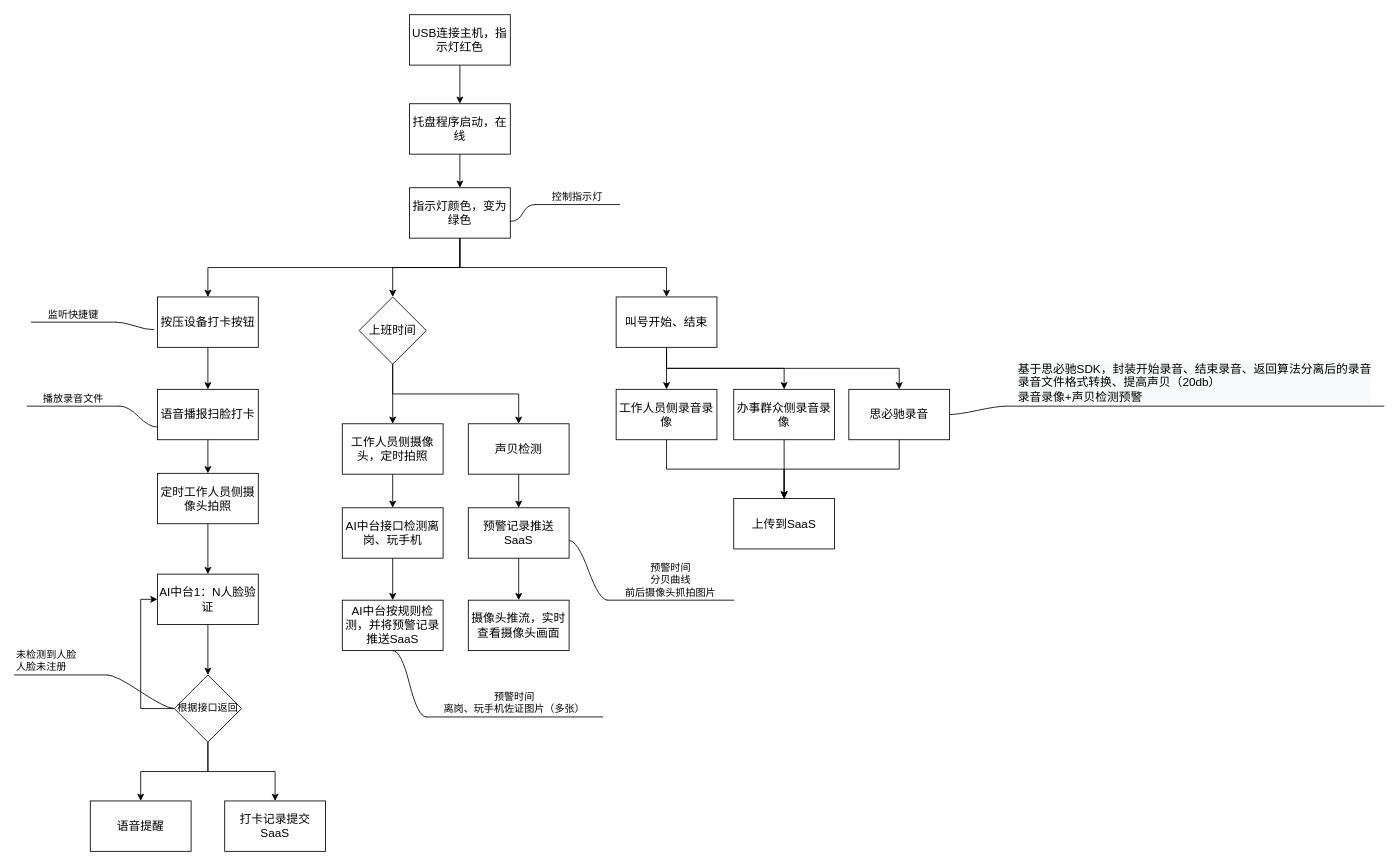
The draw.io diagram saas.drawio in J-Zhujj/drawio-files, before the edit. Source tidied: cells renumbered, new cells numbered last; positions are measured from the earlier drawing's top-left corner, leaving out a move shared by most shapes. Both pictures are drawn from the tidied source at 84%, with x=0, y=0 at pixel (14, 14).
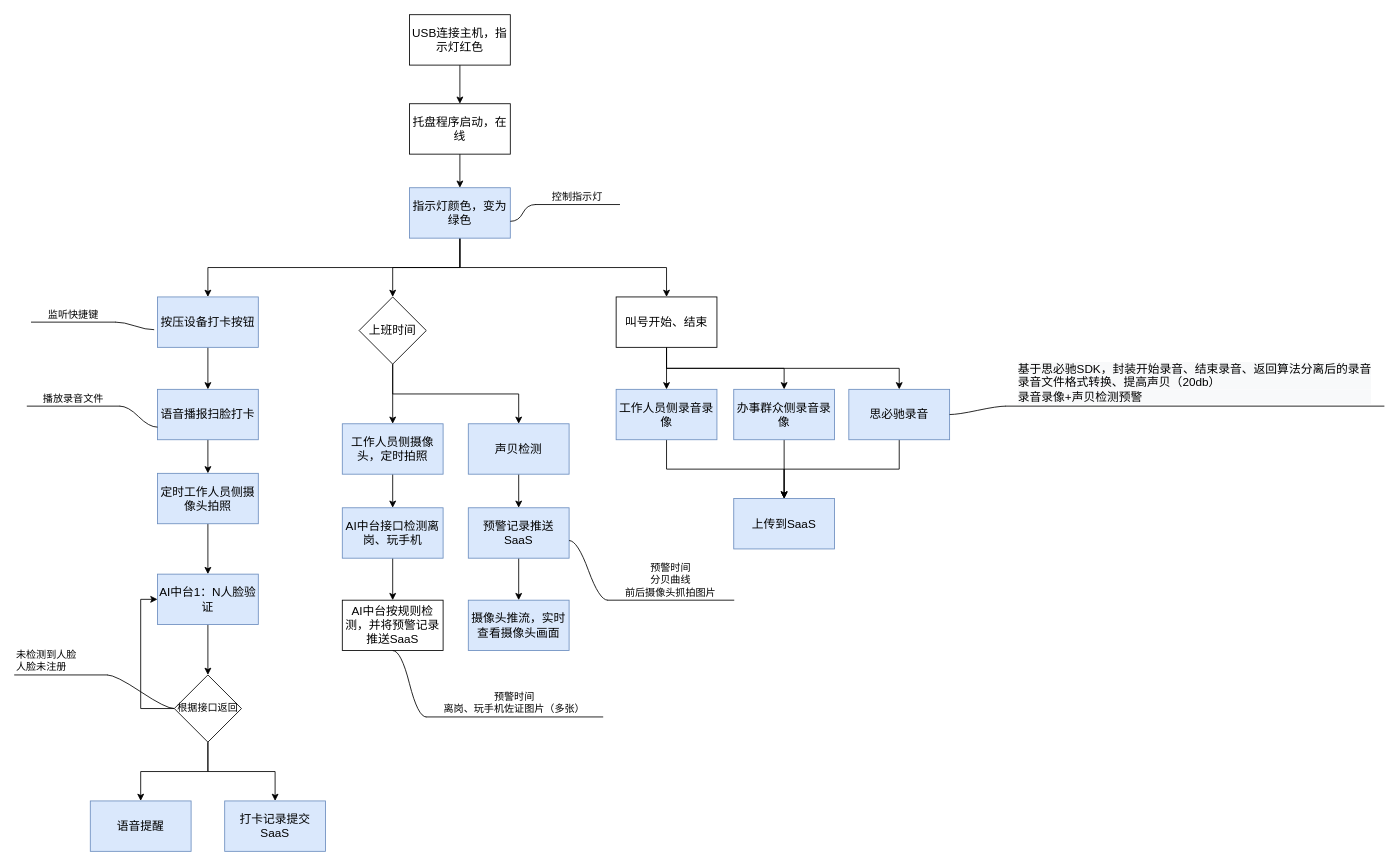
After the change.

The edit, as a diff of the source:
```diff
@@
-    <mxCell id="9" value="指示灯颜色，变为绿色" style="rounded=0;whiteSpace=wrap;html=1;fontFamily=阿里巴巴普惠体;fontSize=14;" parent="1" vertex="1">
+    <mxCell id="9" value="指示灯颜色，变为绿色" style="rounded=0;whiteSpace=wrap;html=1;fontFamily=阿里巴巴普惠体;fontSize=14;fillColor=#dae8fc;strokeColor=#6c8ebf;" parent="1" vertex="1">
       <mxGeometry x="470" y="206" width="120" height="60" as="geometry" />
     </mxCell>
@@
-    <mxCell id="11" value="按压设备打卡按钮" style="rounded=0;whiteSpace=wrap;html=1;fontFamily=阿里巴巴普惠体;fontSize=14;" parent="1" vertex="1">
+    <mxCell id="11" value="按压设备打卡按钮" style="rounded=0;whiteSpace=wrap;html=1;fontFamily=阿里巴巴普惠体;fontSize=14;fillColor=#dae8fc;strokeColor=#6c8ebf;" parent="1" vertex="1">
       <mxGeometry x="170" y="336" width="120" height="60" as="geometry" />
     </mxCell>
@@
-    <mxCell id="13" value="语音播报扫脸打卡" style="rounded=0;whiteSpace=wrap;html=1;fontFamily=阿里巴巴普惠体;fontSize=14;" parent="1" vertex="1">
+    <mxCell id="13" value="语音播报扫脸打卡" style="rounded=0;whiteSpace=wrap;html=1;fontFamily=阿里巴巴普惠体;fontSize=14;fillColor=#dae8fc;strokeColor=#6c8ebf;" parent="1" vertex="1">
       <mxGeometry x="170" y="446" width="120" height="60" as="geometry" />
     </mxCell>
@@
-    <mxCell id="15" value="定时工作人员侧摄像头拍照" style="rounded=0;whiteSpace=wrap;html=1;fontFamily=阿里巴巴普惠体;fontSize=14;" parent="1" vertex="1">
+    <mxCell id="15" value="定时工作人员侧摄像头拍照" style="rounded=0;whiteSpace=wrap;html=1;fontFamily=阿里巴巴普惠体;fontSize=14;fillColor=#dae8fc;strokeColor=#6c8ebf;" parent="1" vertex="1">
       <mxGeometry x="170" y="546" width="120" height="60" as="geometry" />
     </mxCell>
@@
-    <mxCell id="17" value="AI中台1：N人脸验证" style="rounded=0;whiteSpace=wrap;html=1;fontFamily=阿里巴巴普惠体;fontSize=14;" parent="1" vertex="1">
+    <mxCell id="17" value="AI中台1：N人脸验证" style="rounded=0;whiteSpace=wrap;html=1;fontFamily=阿里巴巴普惠体;fontSize=14;fillColor=#dae8fc;strokeColor=#6c8ebf;" parent="1" vertex="1">
       <mxGeometry x="170" y="666" width="120" height="60" as="geometry" />
     </mxCell>
-    <mxCell id="18" value="语音提醒" style="rounded=0;whiteSpace=wrap;html=1;fontFamily=阿里巴巴普惠体;fontSize=14;" parent="1" vertex="1">
+    <mxCell id="18" value="语音提醒" style="rounded=0;whiteSpace=wrap;html=1;fontFamily=阿里巴巴普惠体;fontSize=14;fillColor=#dae8fc;strokeColor=#6c8ebf;" parent="1" vertex="1">
       <mxGeometry x="90" y="936" width="120" height="60" as="geometry" />
     </mxCell>
@@
-    <mxCell id="20" value="工作人员侧摄像头，定时拍照" style="rounded=0;whiteSpace=wrap;html=1;fontFamily=阿里巴巴普惠体;fontSize=14;" parent="1" vertex="1">
+    <mxCell id="20" value="工作人员侧摄像头，定时拍照" style="rounded=0;whiteSpace=wrap;html=1;fontFamily=阿里巴巴普惠体;fontSize=14;fillColor=#dae8fc;strokeColor=#6c8ebf;" parent="1" vertex="1">
       <mxGeometry x="390" y="487" width="120" height="60" as="geometry" />
     </mxCell>
@@
-    <mxCell id="22" value="AI中台接口检测离岗、玩手机" style="rounded=0;whiteSpace=wrap;html=1;fontFamily=阿里巴巴普惠体;fontSize=14;" parent="1" vertex="1">
+    <mxCell id="22" value="AI中台接口检测离岗、玩手机" style="rounded=0;whiteSpace=wrap;html=1;fontFamily=阿里巴巴普惠体;fontSize=14;fillColor=#dae8fc;strokeColor=#6c8ebf;" parent="1" vertex="1">
       <mxGeometry x="390" y="587" width="120" height="60" as="geometry" />
     </mxCell>
@@
-    <mxCell id="28" value="工作人员侧录音录像" style="rounded=0;whiteSpace=wrap;html=1;fontFamily=阿里巴巴普惠体;fontSize=14;" parent="1" vertex="1">
+    <mxCell id="28" value="工作人员侧录音录像" style="rounded=0;whiteSpace=wrap;html=1;fontFamily=阿里巴巴普惠体;fontSize=14;fillColor=#dae8fc;strokeColor=#6c8ebf;" parent="1" vertex="1">
       <mxGeometry x="716" y="446" width="120" height="60" as="geometry" />
     </mxCell>
-    <mxCell id="29" value="上传到SaaS" style="rounded=0;whiteSpace=wrap;html=1;fontFamily=阿里巴巴普惠体;fontSize=14;" parent="1" vertex="1">
+    <mxCell id="29" value="上传到SaaS" style="rounded=0;whiteSpace=wrap;html=1;fontFamily=阿里巴巴普惠体;fontSize=14;fillColor=#dae8fc;strokeColor=#6c8ebf;" parent="1" vertex="1">
       <mxGeometry x="856" y="576" width="120" height="60" as="geometry" />
     </mxCell>
@@
-    <mxCell id="31" value="思必驰录音" style="rounded=0;whiteSpace=wrap;html=1;fontFamily=阿里巴巴普惠体;fontSize=14;" parent="1" vertex="1">
+    <mxCell id="31" value="思必驰录音" style="rounded=0;whiteSpace=wrap;html=1;fontFamily=阿里巴巴普惠体;fontSize=14;fillColor=#dae8fc;strokeColor=#6c8ebf;" parent="1" vertex="1">
       <mxGeometry x="993" y="446" width="120" height="60" as="geometry" />
     </mxCell>
@@
-    <mxCell id="33" value="办事群众侧录音录像" style="rounded=0;whiteSpace=wrap;html=1;fontFamily=阿里巴巴普惠体;fontSize=14;" parent="1" vertex="1">
+    <mxCell id="33" value="办事群众侧录音录像" style="rounded=0;whiteSpace=wrap;html=1;fontFamily=阿里巴巴普惠体;fontSize=14;fillColor=#dae8fc;strokeColor=#6c8ebf;" parent="1" vertex="1">
       <mxGeometry x="856" y="446" width="120" height="60" as="geometry" />
     </mxCell>
@@
-    <mxCell id="35" value="声贝检测" style="rounded=0;whiteSpace=wrap;html=1;fontFamily=阿里巴巴普惠体;fontSize=14;" parent="1" vertex="1">
+    <mxCell id="35" value="声贝检测" style="rounded=0;whiteSpace=wrap;html=1;fontFamily=阿里巴巴普惠体;fontSize=14;fillColor=#dae8fc;strokeColor=#6c8ebf;" parent="1" vertex="1">
       <mxGeometry x="540" y="487" width="120" height="60" as="geometry" />
     </mxCell>
@@
-    <mxCell id="38" value="预警记录推送SaaS" style="rounded=0;whiteSpace=wrap;html=1;fontFamily=阿里巴巴普惠体;fontSize=14;" parent="1" vertex="1">
+    <mxCell id="38" value="预警记录推送SaaS" style="rounded=0;whiteSpace=wrap;html=1;fontFamily=阿里巴巴普惠体;fontSize=14;fillColor=#dae8fc;strokeColor=#6c8ebf;" parent="1" vertex="1">
       <mxGeometry x="540" y="587" width="120" height="60" as="geometry" />
     </mxCell>
@@
-    <mxCell id="54" value="打卡记录提交SaaS" style="rounded=0;whiteSpace=wrap;html=1;fontFamily=阿里巴巴普惠体;fontSize=14;" parent="1" vertex="1">
+    <mxCell id="54" value="打卡记录提交SaaS" style="rounded=0;whiteSpace=wrap;html=1;fontFamily=阿里巴巴普惠体;fontSize=14;fillColor=#dae8fc;strokeColor=#6c8ebf;" parent="1" vertex="1">
       <mxGeometry x="250" y="936" width="120" height="60" as="geometry" />
     </mxCell>
@@
-    <mxCell id="59" value="摄像头推流，实时查看摄像头画面" style="rounded=0;whiteSpace=wrap;html=1;fontFamily=阿里巴巴普惠体;fontSize=14;" parent="1" vertex="1">
+    <mxCell id="59" value="摄像头推流，实时查看摄像头画面" style="rounded=0;whiteSpace=wrap;html=1;fontFamily=阿里巴巴普惠体;fontSize=14;fillColor=#dae8fc;strokeColor=#6c8ebf;" parent="1" vertex="1">
       <mxGeometry x="540" y="697" width="120" height="60" as="geometry" />
     </mxCell>
```
